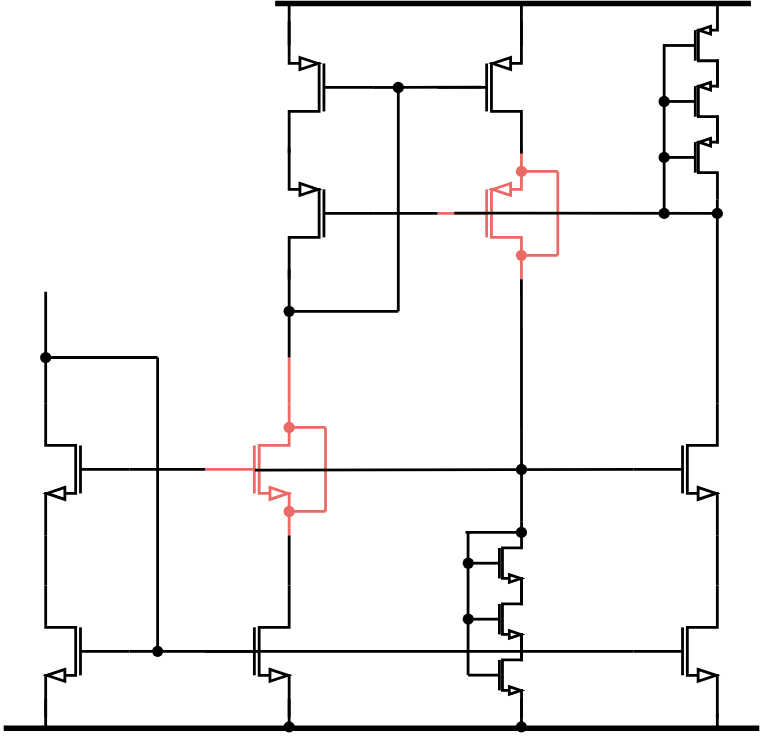
Before: source/_posts/biasing/cascode_selfbias.drawio.svg, a diagram exported from draw.io (raytroop/raytroop.github.io). Source tidied: cells renumbered, new cells last; positions are measured from the earlier drawing's top-left corner, leaving out a move shared by most shapes.
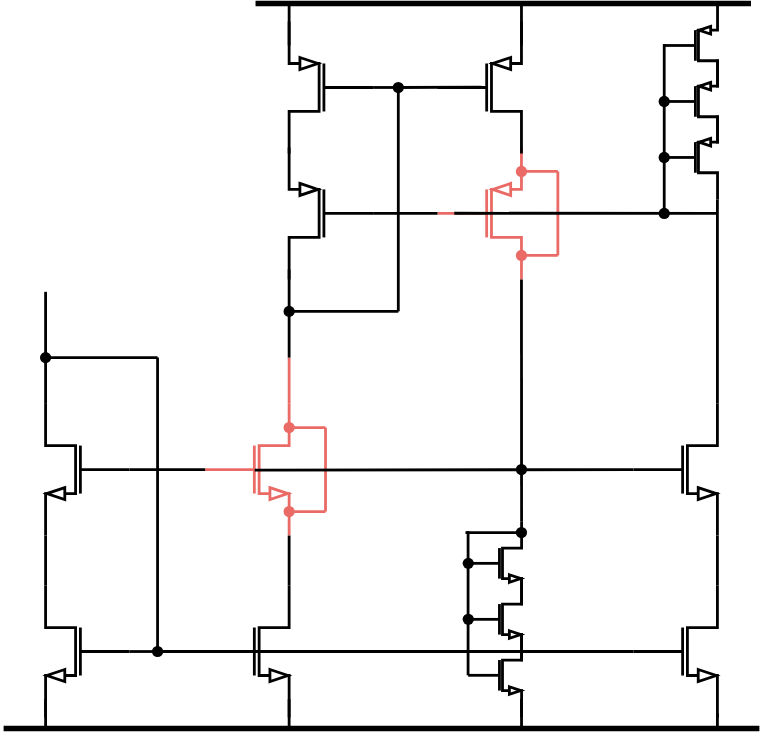
The same file after the commit.

What changed in the source:
```diff
@@ -253,7 +253,7 @@
     </mxCell>
     <mxCell id="65" style="endArrow=none;html=1;rounded=0;strokeWidth=4;" parent="1" edge="1">
       <mxGeometry relative="1" as="geometry">
-        <mxPoint x="194" as="sourcePoint" />
+        <mxPoint x="180" as="sourcePoint" />
         <mxPoint x="534" as="targetPoint" />
       </mxGeometry>
     </mxCell>
@@ -287,26 +287,17 @@
         <mxPoint x="30" y="497" as="targetPoint" />
       </mxGeometry>
     </mxCell>
-    <mxCell id="71" style="shape=waypoint;sketch=0;fillStyle=solid;size=6;fillColor=none;perimeter=centerPerimeter;strokeWidth=2;" parent="1" vertex="1">
-      <mxGeometry x="194" y="507" width="20" height="20" as="geometry" />
-    </mxCell>
     <mxCell id="72" style="endArrow=none;html=1;rounded=0;strokeWidth=4;" parent="1" edge="1">
       <mxGeometry relative="1" as="geometry">
         <mxPoint x="540" y="518" as="sourcePoint" />
         <mxPoint y="518" as="targetPoint" />
       </mxGeometry>
     </mxCell>
-    <mxCell id="73" style="shape=waypoint;sketch=0;fillStyle=solid;size=6;fillColor=none;perimeter=centerPerimeter;strokeWidth=2;" parent="1" vertex="1">
-      <mxGeometry x="360" y="507" width="20" height="20" as="geometry" />
-    </mxCell>
     <mxCell id="74" style="endArrow=none;html=1;rounded=0;strokeWidth=2;" parent="1" edge="1">
       <mxGeometry relative="1" as="geometry">
         <mxPoint x="510" y="507" as="sourcePoint" />
         <mxPoint x="510" y="517" as="targetPoint" />
       </mxGeometry>
     </mxCell>
-    <mxCell id="75" style="shape=waypoint;sketch=0;fillStyle=solid;size=6;fillColor=none;perimeter=centerPerimeter;strokeWidth=2;" parent="1" vertex="1">
-      <mxGeometry x="500" y="140" width="20" height="20" as="geometry" />
-    </mxCell>
   </root>
 </mxGraphModel>
```
